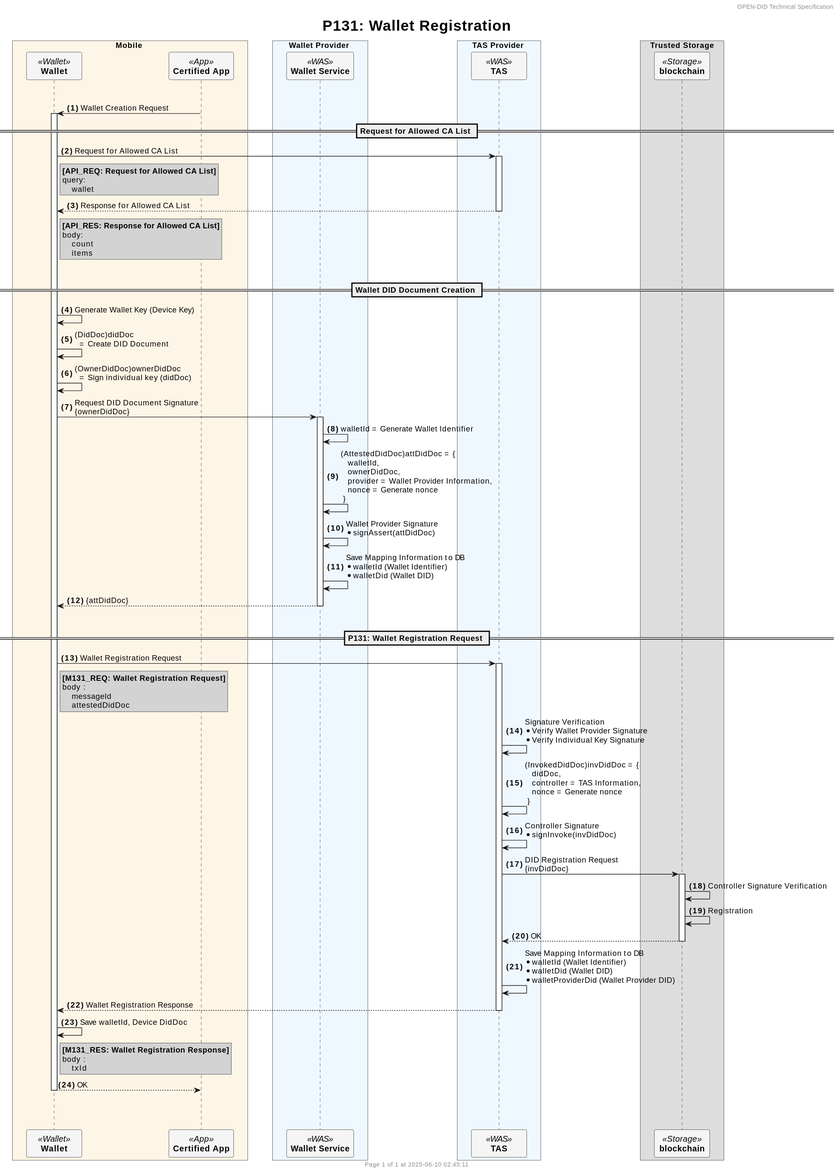
Above: docs/sequence/detailed/images/P131_register_wallet.svg in OmniOneID/did-doc-architecture (PlantUML), before the change. The source it was exported from:
```plantuml
@startuml
header OPEN-DID Technical Specification
footer
  	Page %page% of %lastpage% at %date("yyyy-MM-dd hh:mm:ss")
end footer

title
	<size:25>P131: Wallet Registration</size>
end title

autonumber "<b>(#)</b>"

skinparam ParticipantPadding 20
skinparam BoxPadding 20
skinparam MaxMessageSize 500
skinparam MinClassWidth 80

box Mobile #OldLace
    participant "**Wallet**" as WALLET <<Wallet>> #WhiteSmoke
    participant "**Certified App**" as CA <<App>> #WhiteSmoke
end box

box Wallet Provider #AliceBlue
    participant "**Wallet Service**" as WP <<WAS>> #WhiteSmoke
end box

box TAS Provider #AliceBlue
    participant "**TAS**" as TAS <<WAS>> #WhiteSmoke
end box


box Trusted Storage
    participant "**blockchain**" as BC <<Storage>> #WhiteSmoke
end box

!$refdoc = "Refer to separate document"
!$doc = "Refer to data specification document"


|||


CA -> WALLET++: Wallet Creation Request

== Request for Allowed CA List ==
WALLET -> TAS++: Request for Allowed CA List
rnote right of WALLET #LightGray
    **[API_REQ: Request for Allowed CA List]**
    query:
        wallet
end note

return Response for Allowed CA List
rnote right of WALLET #LightGray
    **[API_RES: Response for Allowed CA List]**
    body:
        count
        items
end note

|||
== Wallet DID Document Creation ==
WALLET -> WALLET: Generate Wallet Key (Device Key)

WALLET -> WALLET: (DidDoc)didDoc                \n  = Create DID Document
WALLET -> WALLET: (OwnerDidDoc)ownerDidDoc               \n  = Sign individual key (didDoc)

WALLET -> WP++: Request DID Document Signature\n{ownerDidDoc}
    WP -> WP: walletId = Generate Wallet Identifier
    WP -> WP: (AttestedDidDoc)attDidDoc = {        \n   walletId,        \n   ownerDidDoc,        \n   provider = Wallet Provider Information,        \n   nonce = Generate nonce        \n }
    WP -> WP: Wallet Provider Signature        \n* signAssert(attDidDoc)
    WP -> WP: Save Mapping Information to DB        \n* walletId (Wallet Identifier)        \n* walletDid (Wallet DID)
return {attDidDoc}

|||
== P131: Wallet Registration Request ==
WALLET -> TAS++: Wallet Registration Request
rnote right of WALLET #LightGray
    **[M131_REQ: Wallet Registration Request]**
    body :
        messageId
        attestedDidDoc
end note

    TAS -> TAS: Signature Verification                \n* Verify Wallet Provider Signature                \n* Verify Individual Key Signature

    TAS -> TAS: (InvokedDidDoc)invDidDoc = {        \n   didDoc,        \n   controller = TAS Information,        \n   nonce = Generate nonce        \n }

    TAS -> TAS: Controller Signature        \n* signInvoke(invDidDoc)

    TAS -> BC++: DID Registration Request\n{invDidDoc}
        BC -> BC: Controller Signature Verification
        BC -> BC: Registration
    return OK

    TAS -> TAS: Save Mapping Information to DB        \n* walletId (Wallet Identifier)        \n* walletDid (Wallet DID)        \n* walletProviderDid (Wallet Provider DID)

return Wallet Registration Response

WALLET -> WALLET : Save walletId, Device DidDoc

rnote right of WALLET #LightGray
    **[M131_RES: Wallet Registration Response]**
    body :
        txId
end note

WALLET --> CA--: OK

|||
|||
@enduml
```
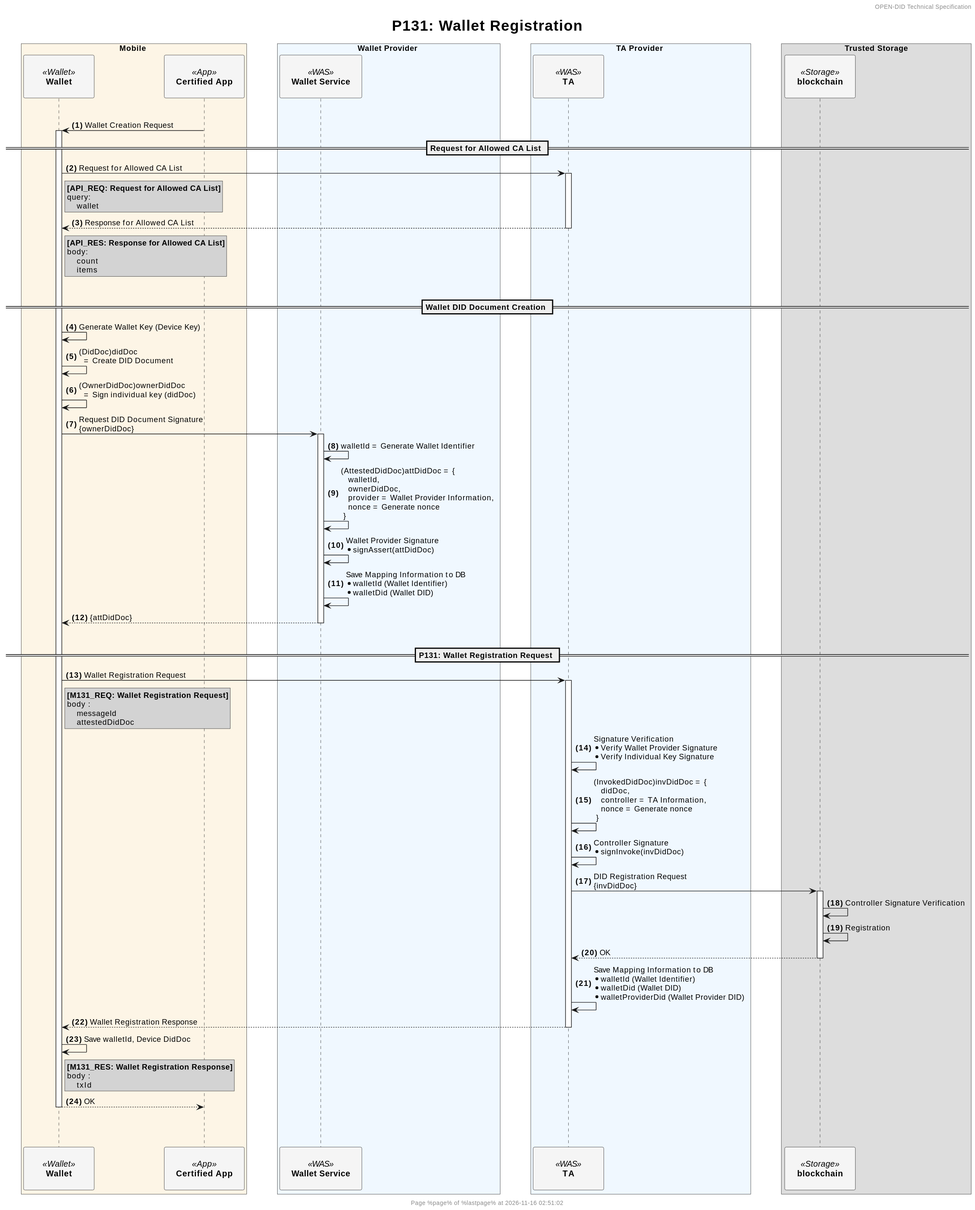
The same file after the commit.

Diff of the diagram source:
```diff
@@ -10,7 +10,11 @@
 
 autonumber "<b>(#)</b>"
 
-skinparam ParticipantPadding 20
+<style>
+participant {
+  Padding 20
+}
+</style>
 skinparam BoxPadding 20
 skinparam MaxMessageSize 500
 skinparam MinClassWidth 80
@@ -24,8 +28,8 @@
     participant "**Wallet Service**" as WP <<WAS>> #WhiteSmoke
 end box
 
-box TAS Provider #AliceBlue
-    participant "**TAS**" as TAS <<WAS>> #WhiteSmoke
+box TA Provider #AliceBlue
+    participant "**TA**" as TA <<WAS>> #WhiteSmoke
 end box
 
 
@@ -43,7 +47,7 @@
 CA -> WALLET++: Wallet Creation Request
 
 == Request for Allowed CA List ==
-WALLET -> TAS++: Request for Allowed CA List
+WALLET -> TA++: Request for Allowed CA List
 rnote right of WALLET #LightGray
     **[API_REQ: Request for Allowed CA List]**
     query:
@@ -74,7 +78,7 @@
 
 |||
 == P131: Wallet Registration Request ==
-WALLET -> TAS++: Wallet Registration Request
+WALLET -> TA++: Wallet Registration Request
 rnote right of WALLET #LightGray
     **[M131_REQ: Wallet Registration Request]**
     body :
@@ -82,18 +86,18 @@
         attestedDidDoc
 end note
 
-    TAS -> TAS: Signature Verification                \n* Verify Wallet Provider Signature                \n* Verify Individual Key Signature
+    TA -> TA: Signature Verification                \n* Verify Wallet Provider Signature                \n* Verify Individual Key Signature
 
-    TAS -> TAS: (InvokedDidDoc)invDidDoc = {        \n   didDoc,        \n   controller = TAS Information,        \n   nonce = Generate nonce        \n }
+    TA -> TA: (InvokedDidDoc)invDidDoc = {        \n   didDoc,        \n   controller = TA Information,        \n   nonce = Generate nonce        \n }
 
-    TAS -> TAS: Controller Signature        \n* signInvoke(invDidDoc)
+    TA -> TA: Controller Signature        \n* signInvoke(invDidDoc)
 
-    TAS -> BC++: DID Registration Request\n{invDidDoc}
+    TA -> BC++: DID Registration Request\n{invDidDoc}
         BC -> BC: Controller Signature Verification
         BC -> BC: Registration
     return OK
 
-    TAS -> TAS: Save Mapping Information to DB        \n* walletId (Wallet Identifier)        \n* walletDid (Wallet DID)        \n* walletProviderDid (Wallet Provider DID)
+    TA -> TA: Save Mapping Information to DB        \n* walletId (Wallet Identifier)        \n* walletDid (Wallet DID)        \n* walletProviderDid (Wallet Provider DID)
 
 return Wallet Registration Response
 
```
